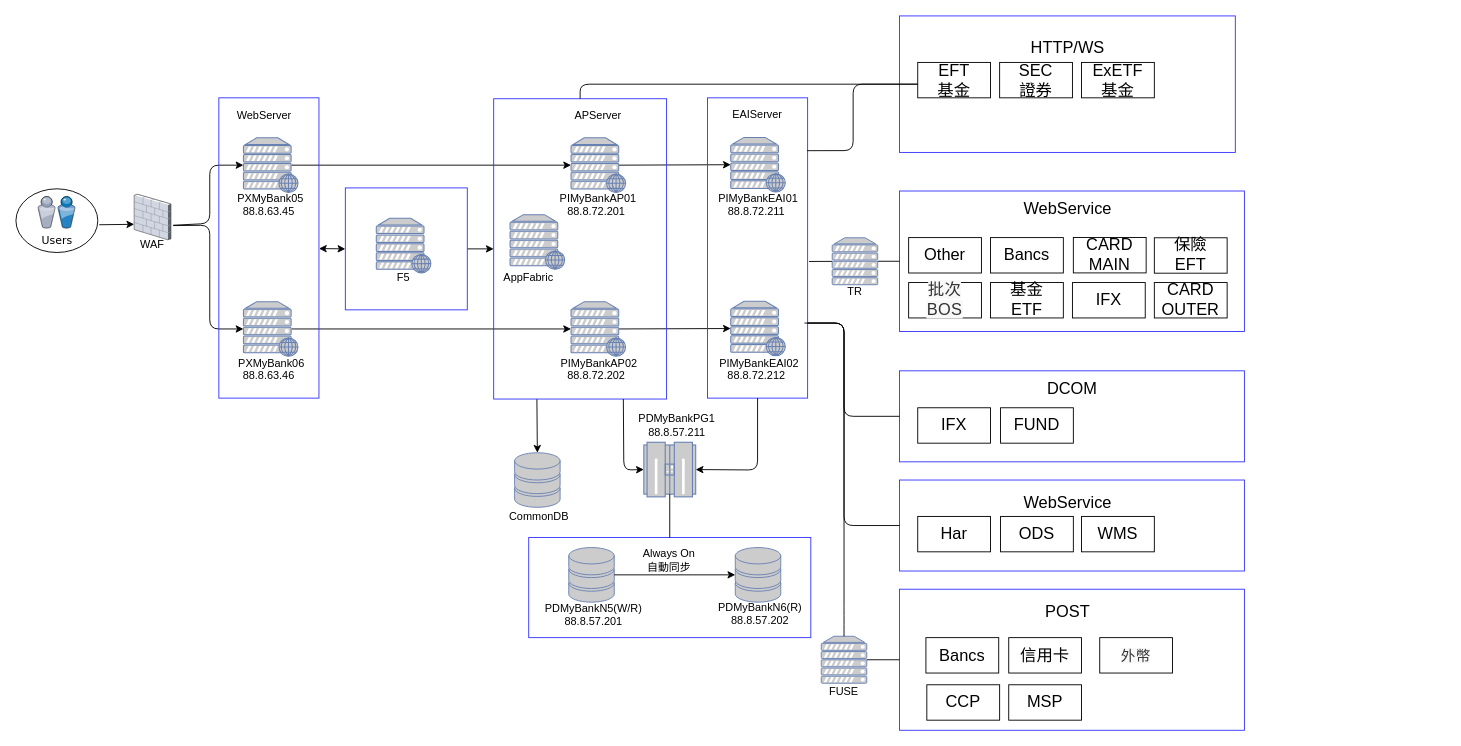
This is 網銀架構圖.drawio from YuHaoLiaoTony/MyImage, a draw.io file, before an edit. Source tidied: cells renumbered, new cells numbered last; positions are measured from the earlier drawing's top-left corner, leaving out a move shared by most shapes. Both pictures are drawn from the tidied source at 91%, with x=0, y=0 at pixel (15, 15).
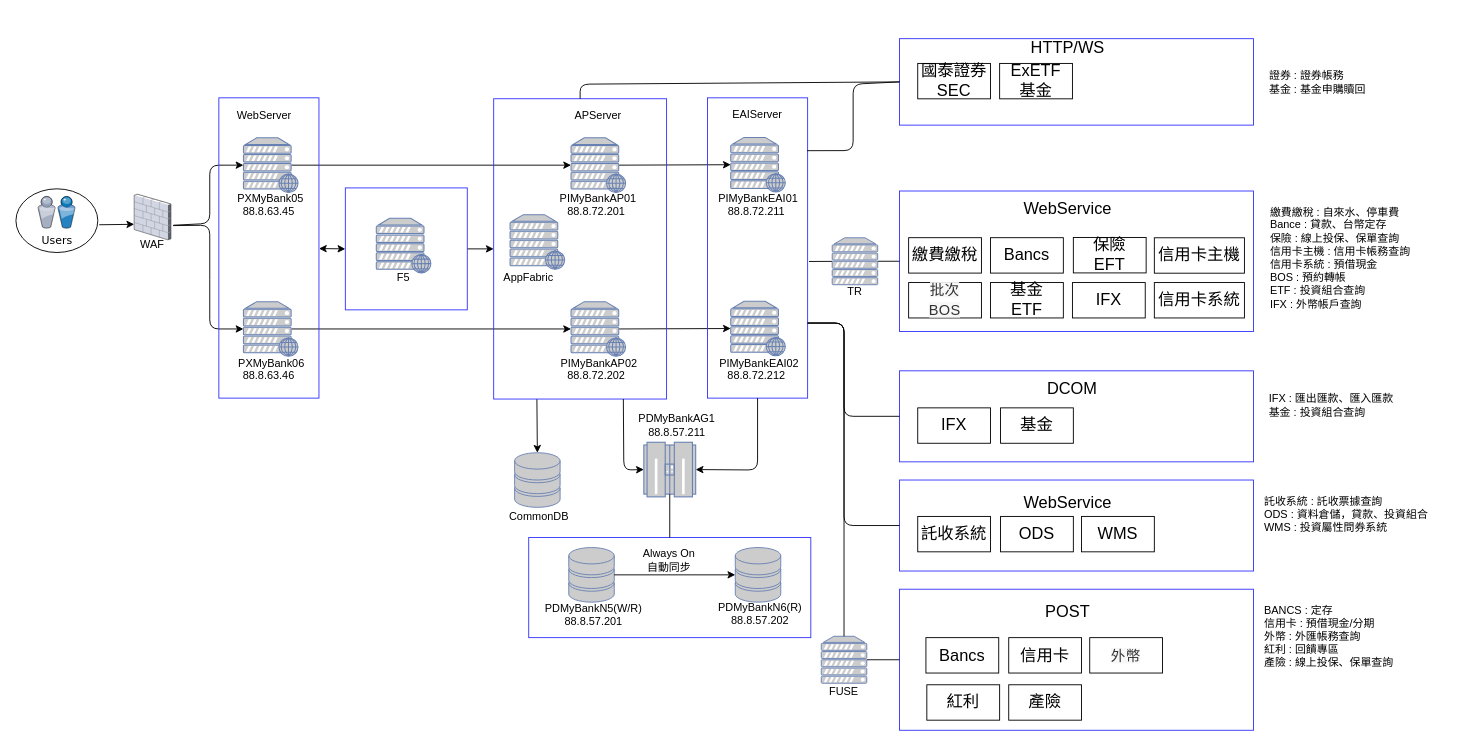
After the change.

The change refers to these unchanged cells:
```xml
<mxCell id="38" style="rounded=0;whiteSpace=wrap;html=1;strokeColor=#3333FF;fillColor=none;" parent="28" vertex="1">
  <mxGeometry width="110" height="330" as="geometry" />
</mxCell>
<mxCell id="89" style="fontColor=#0066CC;verticalAlign=top;verticalLabelPosition=bottom;labelPosition=center;align=center;html=1;outlineConnect=0;fillColor=#CCCCCC;strokeColor=#6881B3;gradientColor=none;gradientDirection=north;strokeWidth=2;shape=mxgraph.networks.server;" parent="88" vertex="1">
  <mxGeometry x="-5" y="8.8" width="50" height="51.6" as="geometry" />
</mxCell>
```

Change to the diagram source:
```diff
@@
-    <mxCell id="60" value="PDMyBankPG1&lt;br&gt;88.8.57.211" style="text;html=1;strokeColor=none;fillColor=none;align=center;verticalAlign=middle;whiteSpace=wrap;rounded=0;" parent="1" vertex="1">
+    <mxCell id="60" value="PDMyBankAG1&lt;br&gt;88.8.57.211" style="text;html=1;strokeColor=none;fillColor=none;align=center;verticalAlign=middle;whiteSpace=wrap;rounded=0;" parent="1" vertex="1">
       <mxGeometry x="693" y="440.1" width="67" height="20" as="geometry" />
     </mxCell>
@@
     <mxCell id="75" style="rounded=0;whiteSpace=wrap;html=1;strokeColor=#3333FF;fillColor=none;fontSize=18;" parent="1" vertex="1">
-      <mxGeometry x="971" y="192.4" width="379" height="154.4" as="geometry" />
+      <mxGeometry x="971" y="192.4" width="389" height="154.4" as="geometry" />
     </mxCell>
@@
     <mxCell id="78" style="rounded=0;whiteSpace=wrap;html=1;strokeColor=#3333FF;fillColor=none;fontSize=18;" parent="1" vertex="1">
-      <mxGeometry x="971" y="390" width="379" height="100" as="geometry" />
+      <mxGeometry x="971" y="390" width="389" height="100" as="geometry" />
     </mxCell>
@@
     <mxCell id="81" style="rounded=0;whiteSpace=wrap;html=1;strokeColor=#3333FF;fillColor=none;fontSize=18;" parent="1" vertex="1">
-      <mxGeometry x="971" y="510" width="379" height="100" as="geometry" />
+      <mxGeometry x="971" y="510" width="389" height="100" as="geometry" />
     </mxCell>
@@
     <mxCell id="84" style="rounded=0;whiteSpace=wrap;html=1;strokeColor=#3333FF;fillColor=none;fontSize=18;" parent="1" vertex="1">
-      <mxGeometry x="971" width="369" height="150" as="geometry" />
+      <mxGeometry x="971" y="25" width="389" height="95" as="geometry" />
     </mxCell>
@@
     <mxCell id="87" style="endArrow=none;html=1;fontSize=18;exitX=0.995;exitY=0.176;exitDx=0;exitDy=0;exitPerimeter=0;entryX=0;entryY=0.5;entryDx=0;entryDy=0;" parent="1" edge="1" source="38" target="84">
       <mxGeometry relative="1" as="geometry">
         <Array as="points">
           <mxPoint x="920" y="148" />
           <mxPoint x="920" y="75" />
-          <mxPoint x="1013" y="75" />
         </Array>
       </mxGeometry>
     </mxCell>
@@
-    <mxCell id="91" style="endArrow=none;html=1;exitX=1;exitY=0.75;exitDx=0;exitDy=0;edgeStyle=orthogonalEdgeStyle;entryX=0.5;entryY=0;entryDx=0;entryDy=0;entryPerimeter=0;" parent="1" edge="1" target="89">
+    <mxCell id="91" style="endArrow=none;html=1;exitX=1;exitY=0.75;exitDx=0;exitDy=0;edgeStyle=orthogonalEdgeStyle;entryX=0.5;entryY=0;entryDx=0;entryDy=0;entryPerimeter=0;" parent="1" edge="1" source="38" target="89">
       <mxGeometry relative="1" as="geometry">
-        <mxPoint x="866.5" y="337.5" as="sourcePoint" />
         <Array as="points">
-          <mxPoint x="910" y="337" />
-          <mxPoint x="910" y="659" />
+          <mxPoint x="910" y="337.1" />
         </Array>
       </mxGeometry>
     </mxCell>
     <mxCell id="92" style="rounded=0;whiteSpace=wrap;html=1;strokeColor=#3333FF;fillColor=none;fontSize=18;" parent="1" vertex="1">
-      <mxGeometry x="971" y="630" width="379" height="155" as="geometry" />
+      <mxGeometry x="971" y="630" width="389" height="155" as="geometry" />
     </mxCell>
@@
-    <mxCell id="94" value="&lt;span style=&quot;font-size: 18px;&quot;&gt;Other&lt;/span&gt;" style="rounded=0;whiteSpace=wrap;html=1;fontSize=18;" parent="1" vertex="1">
-      <mxGeometry x="981" y="243.6" width="80" height="38.9" as="geometry" />
+    <mxCell id="94" value="&lt;span style=&quot;font-size: 18px&quot;&gt;繳費繳稅&lt;/span&gt;" style="rounded=0;whiteSpace=wrap;html=1;fontSize=18;" parent="1" vertex="1">
+      <mxGeometry x="981" y="243.7" width="80" height="38.9" as="geometry" />
     </mxCell>
     <mxCell id="95" value="Bancs" style="rounded=0;whiteSpace=wrap;html=1;fontSize=18;" parent="1" vertex="1">
-      <mxGeometry x="1071" y="243.6" width="80" height="38.9" as="geometry" />
+      <mxGeometry x="1071" y="243.7" width="80" height="38.9" as="geometry" />
     </mxCell>
-    <mxCell id="96" value="CARD MAIN" style="rounded=0;whiteSpace=wrap;html=1;fontSize=18;" parent="1" vertex="1">
-      <mxGeometry x="1162" y="243.5" width="80" height="38.9" as="geometry" />
+    <mxCell id="96" value="信用卡主機" style="rounded=0;whiteSpace=wrap;html=1;fontSize=18;" parent="1" vertex="1">
+      <mxGeometry x="1251" y="243.8" width="99" height="38.9" as="geometry" />
     </mxCell>
-    <mxCell id="97" value="CARD OUTER" style="rounded=0;whiteSpace=wrap;html=1;fontSize=18;" parent="1" vertex="1">
-      <mxGeometry x="1251" y="293" width="80" height="38.9" as="geometry" />
+    <mxCell id="97" value="信用卡系統" style="rounded=0;whiteSpace=wrap;html=1;fontSize=18;" parent="1" vertex="1">
+      <mxGeometry x="1251" y="293" width="99" height="38.9" as="geometry" />
     </mxCell>
@@
-    <mxCell id="100" value="&lt;span style=&quot;color: rgb(51 , 51 , 51) ; font-size: 18px ; letter-spacing: 0.35px ; background-color: rgb(248 , 248 , 248)&quot;&gt;批次&lt;br&gt;BOS&lt;/span&gt;" style="rounded=0;whiteSpace=wrap;html=1;fontSize=18;" parent="1" vertex="1">
+    <mxCell id="100" value="&lt;span style=&quot;color: rgb(51 , 51 , 51) ; letter-spacing: 0.35px ; background-color: rgb(248 , 248 , 248) ; font-size: 16px&quot;&gt;批次&lt;br&gt;&lt;font style=&quot;font-size: 16px&quot;&gt;BOS&lt;/font&gt;&lt;/span&gt;" style="rounded=0;whiteSpace=wrap;html=1;fontSize=18;" parent="1" vertex="1">
       <mxGeometry x="981" y="293" width="80" height="38.9" as="geometry" />
     </mxCell>
     <mxCell id="101" value="保險&lt;br style=&quot;font-size: 18px;&quot;&gt;EFT" style="rounded=0;whiteSpace=wrap;html=1;fontSize=18;" parent="1" vertex="1">
-      <mxGeometry x="1251" y="243.8" width="80" height="38.9" as="geometry" />
+      <mxGeometry x="1162" y="243.5" width="80" height="38.9" as="geometry" />
     </mxCell>
     <mxCell id="102" value="IFX" style="rounded=0;whiteSpace=wrap;html=1;fontSize=18;" parent="1" vertex="1">
-      <mxGeometry x="991" y="430.6" width="80" height="38.9" as="geometry" />
+      <mxGeometry x="991" y="430.7" width="80" height="38.9" as="geometry" />
     </mxCell>
-    <mxCell id="103" value="FUND" style="rounded=0;whiteSpace=wrap;html=1;fontSize=18;" parent="1" vertex="1">
-      <mxGeometry x="1082" y="430.6" width="80" height="38.9" as="geometry" />
+    <mxCell id="103" value="基金" style="rounded=0;whiteSpace=wrap;html=1;fontSize=18;" parent="1" vertex="1">
+      <mxGeometry x="1082" y="430.7" width="80" height="38.9" as="geometry" />
     </mxCell>
-    <mxCell id="104" value="Har" style="rounded=0;whiteSpace=wrap;html=1;fontSize=18;" parent="1" vertex="1">
+    <mxCell id="104" value="託收系統" style="rounded=0;whiteSpace=wrap;html=1;fontSize=18;" parent="1" vertex="1">
       <mxGeometry x="991" y="550" width="80" height="38.9" as="geometry" />
     </mxCell>
@@
-    <mxCell id="110" value="EFT&lt;br&gt;基金" style="rounded=0;whiteSpace=wrap;html=1;fontSize=18;" parent="1" vertex="1">
-      <mxGeometry x="991" y="51.1" width="80" height="38.9" as="geometry" />
-    </mxCell>
     <mxCell id="111" value="ExETF&lt;br&gt;基金" style="rounded=0;whiteSpace=wrap;html=1;fontSize=18;" parent="1" vertex="1">
-      <mxGeometry x="1171" y="51.1" width="80" height="38.9" as="geometry" />
+      <mxGeometry x="1081" y="52.2" width="80" height="38.9" as="geometry" />
     </mxCell>
-    <mxCell id="112" value="SEC&lt;br&gt;證券" style="rounded=0;whiteSpace=wrap;html=1;fontSize=18;" parent="1" vertex="1">
-      <mxGeometry x="1081" y="51.1" width="80" height="38.9" as="geometry" />
+    <mxCell id="112" value="國泰證券&lt;br&gt;SEC" style="rounded=0;whiteSpace=wrap;html=1;fontSize=18;" parent="1" vertex="1">
+      <mxGeometry x="991" y="52.2" width="80" height="38.9" as="geometry" />
     </mxCell>
     <mxCell id="113" value="&lt;span style=&quot;color: rgb(51 , 51 , 51) ; font-family: , &amp;#34;blinkmacsystemfont&amp;#34; , &amp;#34;segoe ui&amp;#34; , &amp;#34;helvetica neue&amp;#34; , &amp;#34;helvetica&amp;#34; , &amp;#34;roboto&amp;#34; , &amp;#34;arial&amp;#34; , &amp;#34;pingfang tc&amp;#34; , &amp;#34;microsoft jhenghei&amp;#34; , , sans-serif , &amp;#34;apple color emoji&amp;#34; , &amp;#34;segoe ui emoji&amp;#34; , &amp;#34;segoe ui symbol&amp;#34; ; font-size: 16px ; letter-spacing: 0.35px ; background-color: rgb(248 , 248 , 248)&quot;&gt;外幣&lt;/span&gt;" style="rounded=0;whiteSpace=wrap;html=1;fontSize=18;" parent="1" vertex="1">
-      <mxGeometry x="1191" y="683.2" width="80" height="38.9" as="geometry" />
+      <mxGeometry x="1180" y="683.2" width="80" height="38.9" as="geometry" />
     </mxCell>
-    <mxCell id="114" value="CCP" style="rounded=0;whiteSpace=wrap;html=1;fontSize=18;" parent="1" vertex="1">
+    <mxCell id="114" value="紅利" style="rounded=0;whiteSpace=wrap;html=1;fontSize=18;" parent="1" vertex="1">
       <mxGeometry x="1001" y="735" width="80" height="38.9" as="geometry" />
     </mxCell>
-    <mxCell id="115" value="MSP" style="rounded=0;whiteSpace=wrap;html=1;fontSize=18;" parent="1" vertex="1">
+    <mxCell id="115" value="產險" style="rounded=0;whiteSpace=wrap;html=1;fontSize=18;" parent="1" vertex="1">
       <mxGeometry x="1091" y="735" width="80" height="38.9" as="geometry" />
     </mxCell>
+    <mxCell id="116" value="&lt;div style=&quot;text-align: left&quot;&gt;&lt;span&gt;證券 : 證券帳務&lt;/span&gt;&lt;/div&gt;&lt;div style=&quot;text-align: left&quot;&gt;&lt;span&gt;基金 : 基金申購贖回&lt;/span&gt;&lt;/div&gt;" style="text;html=1;align=center;verticalAlign=middle;strokeColor=none;" parent="1" vertex="1">
+      <mxGeometry x="1370" y="57.7" width="120" height="30" as="geometry" />
+    </mxCell>
+    <mxCell id="117" value="&lt;div style=&quot;text-align: left&quot;&gt;&lt;span&gt;IFX : 匯出匯款、匯入匯款&lt;/span&gt;&lt;/div&gt;&lt;div style=&quot;text-align: left&quot;&gt;&lt;span&gt;基金 : 投資組合查詢&lt;/span&gt;&lt;/div&gt;" style="text;html=1;align=center;verticalAlign=middle;strokeColor=none;" parent="1" vertex="1">
+      <mxGeometry x="1370" y="412.7" width="150" height="30" as="geometry" />
+    </mxCell>
+    <mxCell id="118" value="&lt;div style=&quot;text-align: left&quot;&gt;繳費繳稅 : 自來水、停車費&lt;/div&gt;&lt;div style=&quot;text-align: left&quot;&gt;Bance : 貸款、台幣定存&lt;br&gt;保險 : 線上投保、保單查詢&lt;br&gt;信用卡主機 : 信用卡帳務查詢&lt;/div&gt;&lt;div style=&quot;text-align: left&quot;&gt;信用卡系統 : 預借現金&lt;br&gt;BOS : 預約轉帳&lt;/div&gt;&lt;div style=&quot;text-align: left&quot;&gt;ETF : 投資組合查詢&lt;br&gt;IFX : 外幣帳戶查詢&lt;/div&gt;" style="text;html=1;align=center;verticalAlign=middle;strokeColor=none;" parent="1" vertex="1">
+      <mxGeometry x="1370" y="206.3" width="170" height="120" as="geometry" />
+    </mxCell>
+    <mxCell id="119" value="託收系統 :&amp;nbsp;託收票據查詢&lt;br&gt;ODS : 資料倉儲，貸款、投資組合&lt;br&gt;WMS : 投資屬性問券系統" style="text;html=1;align=left;verticalAlign=middle;strokeColor=none;" parent="1" vertex="1">
+      <mxGeometry x="1370" y="523.2" width="200" height="50" as="geometry" />
+    </mxCell>
+    <mxCell id="120" value="BANCS : 定存&lt;br&gt;信用卡 : 預借現金/分期&lt;br&gt;&lt;div&gt;&lt;span&gt;外幣 : 外匯帳務查詢&lt;/span&gt;&lt;/div&gt;&lt;div&gt;&lt;span&gt;紅利 : 回饋專區&lt;/span&gt;&lt;/div&gt;產險 : 線上投保、保單查詢" style="text;html=1;align=left;verticalAlign=middle;strokeColor=none;" parent="1" vertex="1">
+      <mxGeometry x="1370" y="642.1" width="160" height="80" as="geometry" />
+    </mxCell>
```
